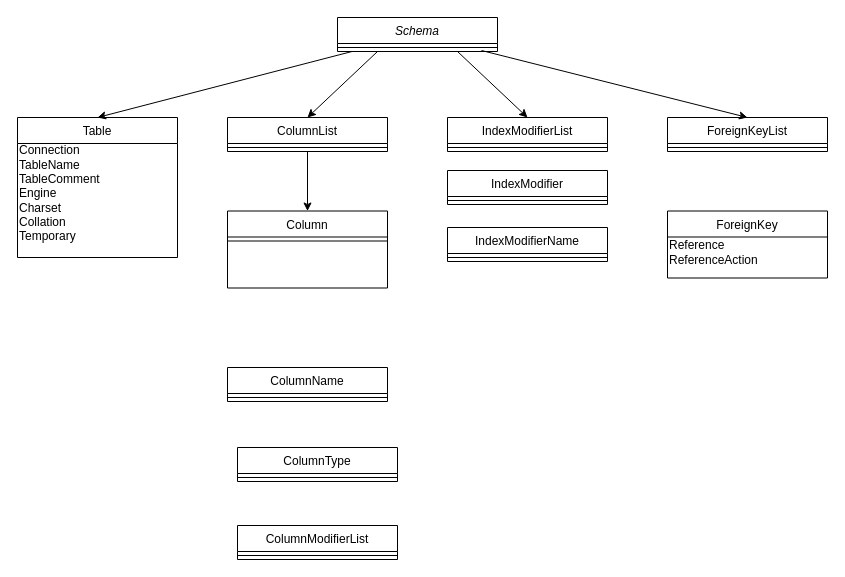
The draw.io diagram tools/Untitled Diagram.drawio in ucan-lab/laravel-dacapo, before the edit. Source tidied: cells renumbered, new cells numbered last; positions are measured from the earlier drawing's top-left corner, leaving out a move shared by most shapes. Both pictures are drawn from the tidied source at 100%, with x=0, y=0 at pixel (17, 17).
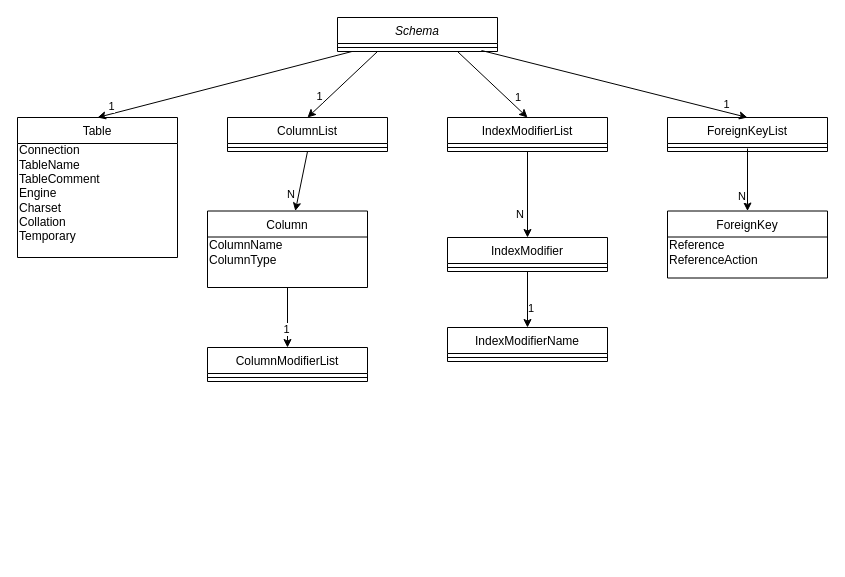
The same page after the edit.

Commit message (it also covers changes not shown here):
Untitled Diagram.drawio を更新します

Unchanged cells that the change refers to:
```xml
<mxCell id="12" value="ForeignKey" style="swimlane;fontStyle=0;align=center;verticalAlign=top;horizontal=1;startSize=26;rounded=0;shadow=0;strokeWidth=1;" parent="1" vertex="1">
  <mxGeometry x="650" y="193.5" width="160" height="67" as="geometry" />
</mxCell>
<mxCell id="15" style="line;html=1;strokeWidth=1;align=left;verticalAlign=middle;spacingTop=-1;spacingLeft=3;spacingRight=3;labelPosition=right;points=[];portConstraint=eastwest;" parent="14" vertex="1">
  <mxGeometry y="26" width="160" height="8" as="geometry" />
</mxCell>
<mxCell id="16" value="IndexModifierList" style="swimlane;fontStyle=0;align=center;verticalAlign=top;horizontal=1;startSize=26;rounded=0;shadow=0;strokeWidth=1;" parent="1" vertex="1">
  <mxGeometry x="430" y="100" width="160" height="34" as="geometry" />
</mxCell>
<mxCell id="26" style="endArrow=classic;html=1;rounded=0;entryX=0.5;entryY=0;entryDx=0;entryDy=0;" parent="1" edge="1" source="2" target="4">
  <mxGeometry relative="1" as="geometry" />
</mxCell>
<mxCell id="27" style="endArrow=classic;html=1;rounded=0;entryX=0.5;entryY=0;entryDx=0;entryDy=0;exitX=0.25;exitY=1;exitDx=0;exitDy=0;" parent="1" edge="1" source="2" target="8">
  <mxGeometry relative="1" as="geometry" />
</mxCell>
<mxCell id="28" style="endArrow=classic;html=1;rounded=0;entryX=0.5;entryY=0;entryDx=0;entryDy=0;exitX=0.75;exitY=1;exitDx=0;exitDy=0;" parent="1" edge="1" source="2" target="16">
  <mxGeometry relative="1" as="geometry" />
</mxCell>
<mxCell id="29" style="endArrow=classic;html=1;rounded=0;entryX=0.5;entryY=0;entryDx=0;entryDy=0;exitX=0.9;exitY=0.875;exitDx=0;exitDy=0;exitPerimeter=0;" parent="1" edge="1" source="3" target="14">
  <mxGeometry relative="1" as="geometry" />
</mxCell>
<mxCell id="30" style="endArrow=classic;html=1;rounded=0;exitX=0.5;exitY=1;exitDx=0;exitDy=0;" parent="1" edge="1" source="8" target="6">
  <mxGeometry relative="1" as="geometry" />
</mxCell>
```

The edit, as a diff of the source:
```diff
@@
     <mxCell id="6" value="Column" style="swimlane;fontStyle=0;align=center;verticalAlign=top;horizontal=1;startSize=26;rounded=0;shadow=0;strokeWidth=1;" parent="1" vertex="1">
-      <mxGeometry x="210" y="193.5" width="160" height="77" as="geometry" />
+      <mxGeometry x="190" y="193.5" width="160" height="76.5" as="geometry" />
     </mxCell>
-    <mxCell id="7" style="line;html=1;strokeWidth=1;align=left;verticalAlign=middle;spacingTop=-1;spacingLeft=3;spacingRight=3;labelPosition=right;" parent="6" vertex="1">
-      <mxGeometry y="26" width="160" height="8" as="geometry" />
-    </mxCell>
+    <mxCell id="31" value="ColumnName&lt;br&gt;ColumnType" style="text;html=1;align=left;verticalAlign=middle;strokeColor=none;fillColor=none;" parent="6" vertex="1">
+      <mxGeometry y="26" width="160" height="30" as="geometry" />
+    </mxCell>
@@
     <mxCell id="10" value="ColumnModifierList" style="swimlane;fontStyle=0;align=center;verticalAlign=top;horizontal=1;startSize=26;rounded=0;shadow=0;strokeWidth=1;" parent="1" vertex="1">
-      <mxGeometry x="220" y="508" width="160" height="34" as="geometry" />
+      <mxGeometry x="190" y="330" width="160" height="34" as="geometry" />
     </mxCell>
@@
     <mxCell id="18" value="IndexModifier" style="swimlane;fontStyle=0;align=center;verticalAlign=top;horizontal=1;startSize=26;rounded=0;shadow=0;strokeWidth=1;" parent="1" vertex="1">
-      <mxGeometry x="430" y="153" width="160" height="34" as="geometry" />
+      <mxGeometry x="430" y="220" width="160" height="34" as="geometry" />
     </mxCell>
@@
     <mxCell id="20" value="IndexModifierName" style="swimlane;fontStyle=0;align=center;verticalAlign=top;horizontal=1;startSize=26;rounded=0;shadow=0;strokeWidth=1;" parent="1" vertex="1">
-      <mxGeometry x="430" y="210" width="160" height="34" as="geometry" />
+      <mxGeometry x="430" y="310" width="160" height="34" as="geometry" />
     </mxCell>
@@
-    <mxCell id="22" value="ColumnName" style="swimlane;fontStyle=0;align=center;verticalAlign=top;horizontal=1;startSize=26;rounded=0;shadow=0;strokeWidth=1;" parent="1" vertex="1">
-      <mxGeometry x="210" y="350" width="160" height="34" as="geometry" />
-    </mxCell>
-    <mxCell id="23" style="line;html=1;strokeWidth=1;align=left;verticalAlign=middle;spacingTop=-1;spacingLeft=3;spacingRight=3;labelPosition=right;" parent="22" vertex="1">
-      <mxGeometry y="26" width="160" height="8" as="geometry" />
-    </mxCell>
-    <mxCell id="24" value="ColumnType&#10;" style="swimlane;fontStyle=0;align=center;verticalAlign=top;horizontal=1;startSize=26;rounded=0;shadow=0;strokeWidth=1;" parent="1" vertex="1">
-      <mxGeometry x="220" y="430" width="160" height="34" as="geometry" />
-    </mxCell>
-    <mxCell id="25" style="line;html=1;strokeWidth=1;align=left;verticalAlign=middle;spacingTop=-1;spacingLeft=3;spacingRight=3;labelPosition=right;" parent="24" vertex="1">
-      <mxGeometry y="26" width="160" height="8" as="geometry" />
-    </mxCell>
@@
+    <mxCell id="32" value="1" style="edgeLabel;html=1;align=center;verticalAlign=bottom;" parent="26" vertex="1">
+      <mxGeometry x="0.9" relative="1" as="geometry">
+        <mxPoint x="1" as="offset" />
+      </mxGeometry>
+    </mxCell>
@@
+    <mxCell id="33" value="1" style="edgeLabel;html=1;align=center;verticalAlign=bottom;" parent="27" vertex="1">
+      <mxGeometry x="0.65" y="-2" relative="1" as="geometry" />
+    </mxCell>
@@
+    <mxCell id="34" value="1" style="edgeLabel;html=1;align=left;verticalAlign=bottom;" parent="28" vertex="1">
+      <mxGeometry x="0.62" y="-1" relative="1" as="geometry" />
+    </mxCell>
@@
+    <mxCell id="35" value="1" style="edgeLabel;html=1;align=center;verticalAlign=bottom;" parent="29" vertex="1">
+      <mxGeometry x="0.84" y="-1" relative="1" as="geometry">
+        <mxPoint y="-1" as="offset" />
+      </mxGeometry>
+    </mxCell>
@@
+    <mxCell id="36" value="N&lt;br&gt;" style="edgeLabel;html=1;align=right;verticalAlign=middle;" parent="30" vertex="1">
+      <mxGeometry x="0.45" y="-3" relative="1" as="geometry" />
+    </mxCell>
+    <mxCell id="37" style="endArrow=classic;html=1;rounded=0;entryX=0.5;entryY=0;entryDx=0;entryDy=0;exitX=0.5;exitY=1;exitDx=0;exitDy=0;" parent="1" edge="1" source="6" target="10">
+      <mxGeometry relative="1" as="geometry" />
+    </mxCell>
+    <mxCell id="38" value="1" style="edgeLabel;html=1;align=center;verticalAlign=bottom;" parent="37" vertex="1">
+      <mxGeometry x="0.65" y="-2" relative="1" as="geometry" />
+    </mxCell>
+    <mxCell id="39" style="endArrow=classic;html=1;rounded=0;exitX=0.5;exitY=0.625;exitDx=0;exitDy=0;exitPerimeter=0;" parent="1" edge="1" source="15" target="12">
+      <mxGeometry relative="1" as="geometry" />
+    </mxCell>
+    <mxCell id="40" value="N" style="edgeLabel;html=1;align=right;verticalAlign=bottom;" parent="39" vertex="1">
+      <mxGeometry x="0.84" y="-1" relative="1" as="geometry">
+        <mxPoint y="-1" as="offset" />
+      </mxGeometry>
+    </mxCell>
+    <mxCell id="41" style="endArrow=classic;html=1;rounded=0;exitX=0.5;exitY=1;exitDx=0;exitDy=0;entryX=0.5;entryY=0;entryDx=0;entryDy=0;" parent="1" edge="1" source="16" target="18">
+      <mxGeometry relative="1" as="geometry" />
+    </mxCell>
+    <mxCell id="42" value="N&lt;br&gt;" style="edgeLabel;html=1;align=right;verticalAlign=middle;" parent="41" vertex="1">
+      <mxGeometry x="0.45" y="-3" relative="1" as="geometry" />
+    </mxCell>
+    <mxCell id="43" style="endArrow=classic;html=1;rounded=0;exitX=0.5;exitY=1;exitDx=0;exitDy=0;" parent="1" edge="1" source="18" target="20">
+      <mxGeometry relative="1" as="geometry" />
+    </mxCell>
+    <mxCell id="44" value="1" style="edgeLabel;html=1;align=left;verticalAlign=bottom;" parent="43" vertex="1">
+      <mxGeometry x="0.62" y="-1" relative="1" as="geometry" />
+    </mxCell>
```
